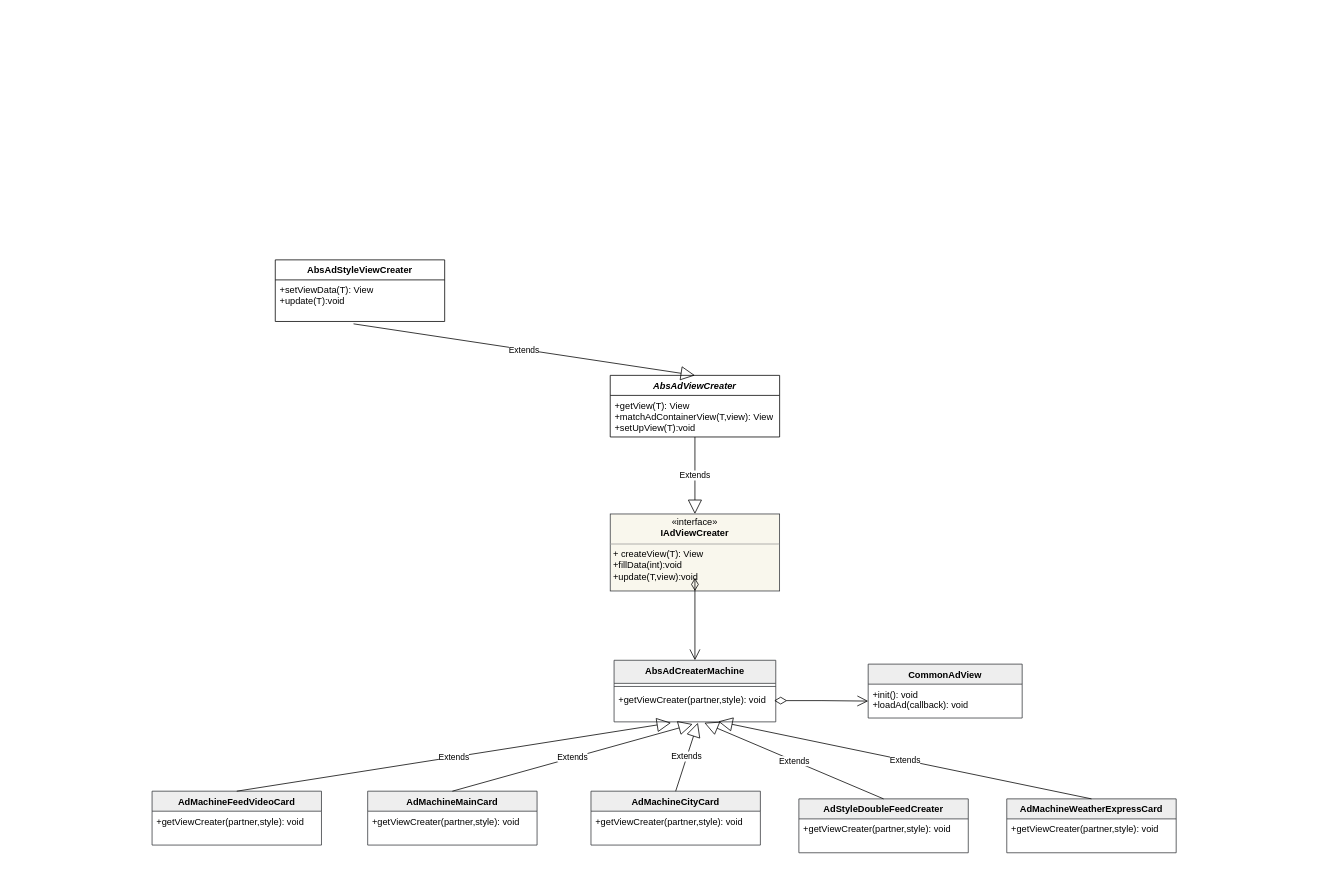
The draw.io diagram moji/信息流视图渲染类图.drawio in HengqianSong/drawIO, before the edit. Source tidied: cells renumbered, new cells numbered last; positions are measured from the earlier drawing's top-left corner, leaving out a move shared by most shapes. Both pictures are drawn from the tidied source at 77%, with x=0, y=0 at pixel (152, 259).
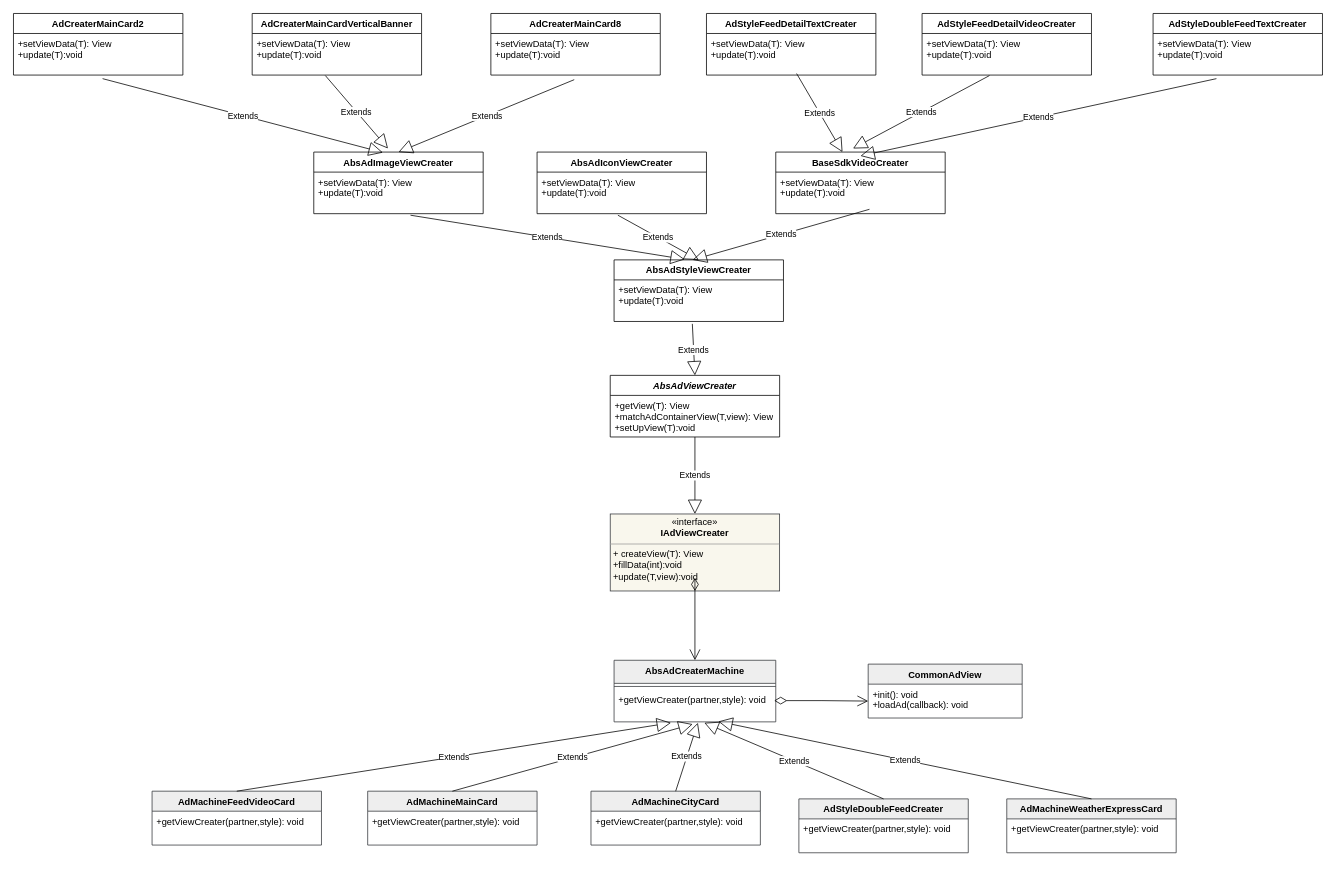
Above is the later version.

Commit message (it also covers changes not shown here):
更新信息流视图渲染类图.drawio

What changed in the source:
```diff
@@
     <mxCell id="28" value="AbsAdStyleViewCreater" style="swimlane;fontStyle=1;align=center;verticalAlign=top;horizontal=1;startSize=26;whiteSpace=wrap;html=1;" parent="1" vertex="1">
-      <mxGeometry x="160" width="220" height="80" as="geometry" />
+      <mxGeometry x="600" width="220" height="80" as="geometry" />
     </mxCell>
+    <mxCell id="31" value="Extends" style="endArrow=block;endSize=16;endFill=0;html=1;rounded=0;entryX=0.417;entryY=-0.008;entryDx=0;entryDy=0;exitX=0.553;exitY=1.062;exitDx=0;exitDy=0;exitPerimeter=0;entryPerimeter=0;" parent="28" edge="1">
+      <mxGeometry relative="1" as="geometry">
+        <mxPoint x="331.7" y="-65.7" as="sourcePoint" />
+        <mxPoint x="102" as="targetPoint" />
+      </mxGeometry>
+    </mxCell>
@@
+    <mxCell id="32" value="AbsAdImageViewCreater" style="swimlane;fontStyle=1;align=center;verticalAlign=top;horizontal=1;startSize=26;whiteSpace=wrap;html=1;" parent="1" vertex="1">
+      <mxGeometry x="210" y="-140" width="220" height="80" as="geometry" />
+    </mxCell>
+    <mxCell id="33" value="+setViewData&lt;span style=&quot;background-color: initial;&quot;&gt;(T): View&lt;/span&gt;&lt;br&gt;+update&lt;span style=&quot;background-color: initial;&quot;&gt;(T):void&lt;/span&gt;" style="text;strokeColor=none;fillColor=none;align=left;verticalAlign=top;spacingLeft=4;spacingRight=4;overflow=hidden;points=[[0,0.5],[1,0.5]];portConstraint=eastwest;whiteSpace=wrap;html=1;" parent="32" vertex="1">
+      <mxGeometry y="26" width="220" height="54" as="geometry" />
+    </mxCell>
+    <mxCell id="34" value="AbsAdIconViewCreater" style="swimlane;fontStyle=1;align=center;verticalAlign=top;horizontal=1;startSize=26;whiteSpace=wrap;html=1;" parent="1" vertex="1">
+      <mxGeometry x="500" y="-140" width="220" height="80" as="geometry" />
+    </mxCell>
+    <mxCell id="35" value="+setViewData&lt;span style=&quot;background-color: initial;&quot;&gt;(T): View&lt;/span&gt;&lt;br&gt;+update&lt;span style=&quot;background-color: initial;&quot;&gt;(T):void&lt;/span&gt;" style="text;strokeColor=none;fillColor=none;align=left;verticalAlign=top;spacingLeft=4;spacingRight=4;overflow=hidden;points=[[0,0.5],[1,0.5]];portConstraint=eastwest;whiteSpace=wrap;html=1;" parent="34" vertex="1">
+      <mxGeometry y="26" width="220" height="54" as="geometry" />
+    </mxCell>
+    <mxCell id="36" value="BaseSdkVideoCreater" style="swimlane;fontStyle=1;align=center;verticalAlign=top;horizontal=1;startSize=26;whiteSpace=wrap;html=1;" parent="1" vertex="1">
+      <mxGeometry x="810" y="-140" width="220" height="80" as="geometry" />
+    </mxCell>
+    <mxCell id="37" value="+setViewData&lt;span style=&quot;background-color: initial;&quot;&gt;(T): View&lt;/span&gt;&lt;br&gt;+update&lt;span style=&quot;background-color: initial;&quot;&gt;(T):void&lt;/span&gt;" style="text;strokeColor=none;fillColor=none;align=left;verticalAlign=top;spacingLeft=4;spacingRight=4;overflow=hidden;whiteSpace=wrap;html=1;" parent="36" vertex="1">
+      <mxGeometry y="26" width="220" height="54" as="geometry" />
+    </mxCell>
+    <mxCell id="38" value="Extends" style="endArrow=block;endSize=16;endFill=0;html=1;rounded=0;entryX=0.417;entryY=-0.008;entryDx=0;entryDy=0;exitX=0.571;exitY=1.037;exitDx=0;exitDy=0;exitPerimeter=0;entryPerimeter=0;" parent="1" edge="1" source="33" target="28">
+      <mxGeometry relative="1" as="geometry" />
+    </mxCell>
+    <mxCell id="39" value="Extends" style="endArrow=block;endSize=16;endFill=0;html=1;rounded=0;entryX=0.5;entryY=0;entryDx=0;entryDy=0;exitX=0.477;exitY=1.037;exitDx=0;exitDy=0;exitPerimeter=0;" parent="1" edge="1" source="35" target="28">
+      <mxGeometry relative="1" as="geometry" />
+    </mxCell>
+    <mxCell id="40" value="AdCreaterMainCard2" style="swimlane;fontStyle=1;align=center;verticalAlign=top;horizontal=1;startSize=26;whiteSpace=wrap;html=1;" parent="1" vertex="1">
+      <mxGeometry x="-180" y="-320" width="220" height="80" as="geometry" />
+    </mxCell>
+    <mxCell id="41" value="+setViewData&lt;span style=&quot;background-color: initial;&quot;&gt;(T): View&lt;/span&gt;&lt;br&gt;+update&lt;span style=&quot;background-color: initial;&quot;&gt;(T):void&lt;/span&gt;" style="text;strokeColor=none;fillColor=none;align=left;verticalAlign=top;spacingLeft=4;spacingRight=4;overflow=hidden;points=[[0,0.5],[1,0.5]];portConstraint=eastwest;whiteSpace=wrap;html=1;" parent="40" vertex="1">
+      <mxGeometry y="26" width="220" height="54" as="geometry" />
+    </mxCell>
+    <mxCell id="42" value="AdCreaterMainCardVerticalBanner" style="swimlane;fontStyle=1;align=center;verticalAlign=top;horizontal=1;startSize=26;whiteSpace=wrap;html=1;" parent="1" vertex="1">
+      <mxGeometry x="130" y="-320" width="220" height="80" as="geometry" />
+    </mxCell>
+    <mxCell id="43" value="+setViewData&lt;span style=&quot;background-color: initial;&quot;&gt;(T): View&lt;/span&gt;&lt;br&gt;+update&lt;span style=&quot;background-color: initial;&quot;&gt;(T):void&lt;/span&gt;" style="text;strokeColor=none;fillColor=none;align=left;verticalAlign=top;spacingLeft=4;spacingRight=4;overflow=hidden;points=[[0,0.5],[1,0.5]];portConstraint=eastwest;whiteSpace=wrap;html=1;" parent="42" vertex="1">
+      <mxGeometry y="26" width="220" height="54" as="geometry" />
+    </mxCell>
+    <mxCell id="44" value="AdCreaterMainCard8" style="swimlane;fontStyle=1;align=center;verticalAlign=top;horizontal=1;startSize=26;whiteSpace=wrap;html=1;" parent="1" vertex="1">
+      <mxGeometry x="440" y="-320" width="220" height="80" as="geometry" />
+    </mxCell>
+    <mxCell id="45" value="+setViewData&lt;span style=&quot;background-color: initial;&quot;&gt;(T): View&lt;/span&gt;&lt;br&gt;+update&lt;span style=&quot;background-color: initial;&quot;&gt;(T):void&lt;/span&gt;" style="text;strokeColor=none;fillColor=none;align=left;verticalAlign=top;spacingLeft=4;spacingRight=4;overflow=hidden;points=[[0,0.5],[1,0.5]];portConstraint=eastwest;whiteSpace=wrap;html=1;" parent="44" vertex="1">
+      <mxGeometry y="26" width="220" height="54" as="geometry" />
+    </mxCell>
+    <mxCell id="46" value="Extends" style="endArrow=block;endSize=16;endFill=0;html=1;rounded=0;entryX=0.408;entryY=0.008;entryDx=0;entryDy=0;exitX=0.526;exitY=1.086;exitDx=0;exitDy=0;exitPerimeter=0;entryPerimeter=0;" parent="1" edge="1" source="41" target="32">
+      <mxGeometry relative="1" as="geometry" />
+    </mxCell>
+    <mxCell id="47" value="Extends" style="endArrow=block;endSize=16;endFill=0;html=1;rounded=0;entryX=0.438;entryY=-0.058;entryDx=0;entryDy=0;exitX=0.432;exitY=1.012;exitDx=0;exitDy=0;exitPerimeter=0;entryPerimeter=0;" parent="1" edge="1" source="43" target="32">
+      <mxGeometry relative="1" as="geometry" />
+    </mxCell>
+    <mxCell id="48" value="Extends" style="endArrow=block;endSize=16;endFill=0;html=1;rounded=0;entryX=0.5;entryY=0;entryDx=0;entryDy=0;exitX=0.492;exitY=1.111;exitDx=0;exitDy=0;exitPerimeter=0;" parent="1" edge="1" source="45" target="32">
+      <mxGeometry relative="1" as="geometry" />
+    </mxCell>
+    <mxCell id="49" value="AdStyleFeedDetailTextCreater" style="swimlane;fontStyle=1;align=center;verticalAlign=top;horizontal=1;startSize=26;whiteSpace=wrap;html=1;" parent="1" vertex="1">
+      <mxGeometry x="720" y="-320" width="220" height="80" as="geometry" />
+    </mxCell>
+    <mxCell id="50" value="+setViewData&lt;span style=&quot;background-color: initial;&quot;&gt;(T): View&lt;/span&gt;&lt;br&gt;+update&lt;span style=&quot;background-color: initial;&quot;&gt;(T):void&lt;/span&gt;" style="text;strokeColor=none;fillColor=none;align=left;verticalAlign=top;spacingLeft=4;spacingRight=4;overflow=hidden;points=[[0,0.5],[1,0.5]];portConstraint=eastwest;whiteSpace=wrap;html=1;" parent="49" vertex="1">
+      <mxGeometry y="26" width="220" height="54" as="geometry" />
+    </mxCell>
+    <mxCell id="51" value="AdStyleFeedDetailVideoCreater" style="swimlane;fontStyle=1;align=center;verticalAlign=top;horizontal=1;startSize=26;whiteSpace=wrap;html=1;" parent="1" vertex="1">
+      <mxGeometry x="1000" y="-320" width="220" height="80" as="geometry" />
+    </mxCell>
+    <mxCell id="52" value="+setViewData&lt;span style=&quot;background-color: initial;&quot;&gt;(T): View&lt;/span&gt;&lt;br&gt;+update&lt;span style=&quot;background-color: initial;&quot;&gt;(T):void&lt;/span&gt;" style="text;strokeColor=none;fillColor=none;align=left;verticalAlign=top;spacingLeft=4;spacingRight=4;overflow=hidden;points=[[0,0.5],[1,0.5]];portConstraint=eastwest;whiteSpace=wrap;html=1;" parent="51" vertex="1">
+      <mxGeometry y="26" width="220" height="54" as="geometry" />
+    </mxCell>
+    <mxCell id="53" value="AdStyleDoubleFeedTextCreater" style="swimlane;fontStyle=1;align=center;verticalAlign=top;horizontal=1;startSize=26;whiteSpace=wrap;html=1;" parent="1" vertex="1">
+      <mxGeometry x="1300" y="-320" width="220" height="80" as="geometry" />
+    </mxCell>
+    <mxCell id="54" value="+setViewData&lt;span style=&quot;background-color: initial;&quot;&gt;(T): View&lt;/span&gt;&lt;br&gt;+update&lt;span style=&quot;background-color: initial;&quot;&gt;(T):void&lt;/span&gt;" style="text;strokeColor=none;fillColor=none;align=left;verticalAlign=top;spacingLeft=4;spacingRight=4;overflow=hidden;points=[[0,0.5],[1,0.5]];portConstraint=eastwest;whiteSpace=wrap;html=1;" parent="53" vertex="1">
+      <mxGeometry y="26" width="220" height="54" as="geometry" />
+    </mxCell>
+    <mxCell id="55" value="Extends" style="endArrow=block;endSize=16;endFill=0;html=1;rounded=0;exitX=0.532;exitY=0.963;exitDx=0;exitDy=0;exitPerimeter=0;" parent="1" edge="1" source="50" target="36">
+      <mxGeometry relative="1" as="geometry" />
+    </mxCell>
+    <mxCell id="56" value="Extends" style="endArrow=block;endSize=16;endFill=0;html=1;rounded=0;exitX=0.398;exitY=1.012;exitDx=0;exitDy=0;exitPerimeter=0;entryX=0.456;entryY=-0.058;entryDx=0;entryDy=0;entryPerimeter=0;" parent="1" edge="1" source="52" target="36">
+      <mxGeometry relative="1" as="geometry" />
+    </mxCell>
+    <mxCell id="57" value="Extends" style="endArrow=block;endSize=16;endFill=0;html=1;rounded=0;exitX=0.374;exitY=1.086;exitDx=0;exitDy=0;exitPerimeter=0;entryX=0.456;entryY=-0.058;entryDx=0;entryDy=0;entryPerimeter=0;" parent="1" edge="1" source="54">
+      <mxGeometry relative="1" as="geometry">
+        <mxPoint x="920" y="-135" as="targetPoint" />
+      </mxGeometry>
+    </mxCell>
```
